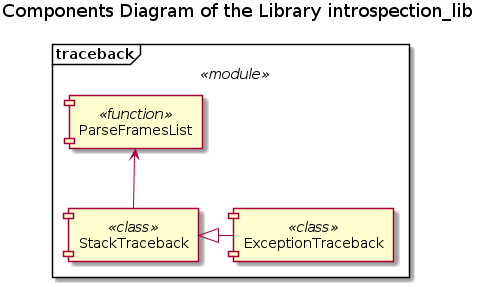
FooBarShebang/introspection_lib keeps this PlantUML diagram as Documentation/UML/components.png. Above is the earlier version. Source of this version:
```plantuml
@startuml components

title Components Diagram of the Library introspection_lib




















frame "traceback" <<module>> {
    component "ParseFramesList" <<function>>

    component "StackTraceback" <<class>>

    component "ExceptionTraceback" <<class>>

    ParseFramesList <-- StackTraceback

    StackTraceback <|- ExceptionTraceback
}

@enduml
```
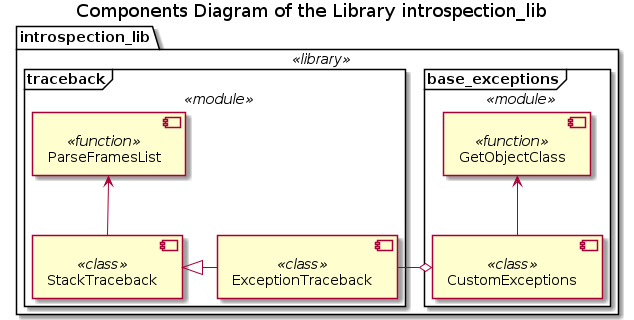
Above is the later version.

What changed in the source:
```diff
@@ -2,35 +2,20 @@
 
 title Components Diagram of the Library introspection_lib
 
+!ifndef COMPONENTS
+!include ./Templates/Components.cuml
+!endif
 
+library(introspection_lib) {
+    !ifndef BASE_EXCEPTIONS_COMPONENTS
+    !include ./base_exceptions/base_exceptions_components.iuml
+    !endif
 
+    !ifndef TRACEBACK_COMPONENTS
+    !include ./traceback/traceback_components.iuml
+    !endif
 
-
-
-
-
-
-
-
-
-
-
-
-
-
-
-
-
-frame "traceback" <<module>> {
-    component "ParseFramesList" <<function>>
-
-    component "StackTraceback" <<class>>
-
-    component "ExceptionTraceback" <<class>>
-
-    ParseFramesList <-- StackTraceback
-
-    StackTraceback <|- ExceptionTraceback
+    ExceptionTraceback -o CustomExceptions
 }
 
 @enduml
```
